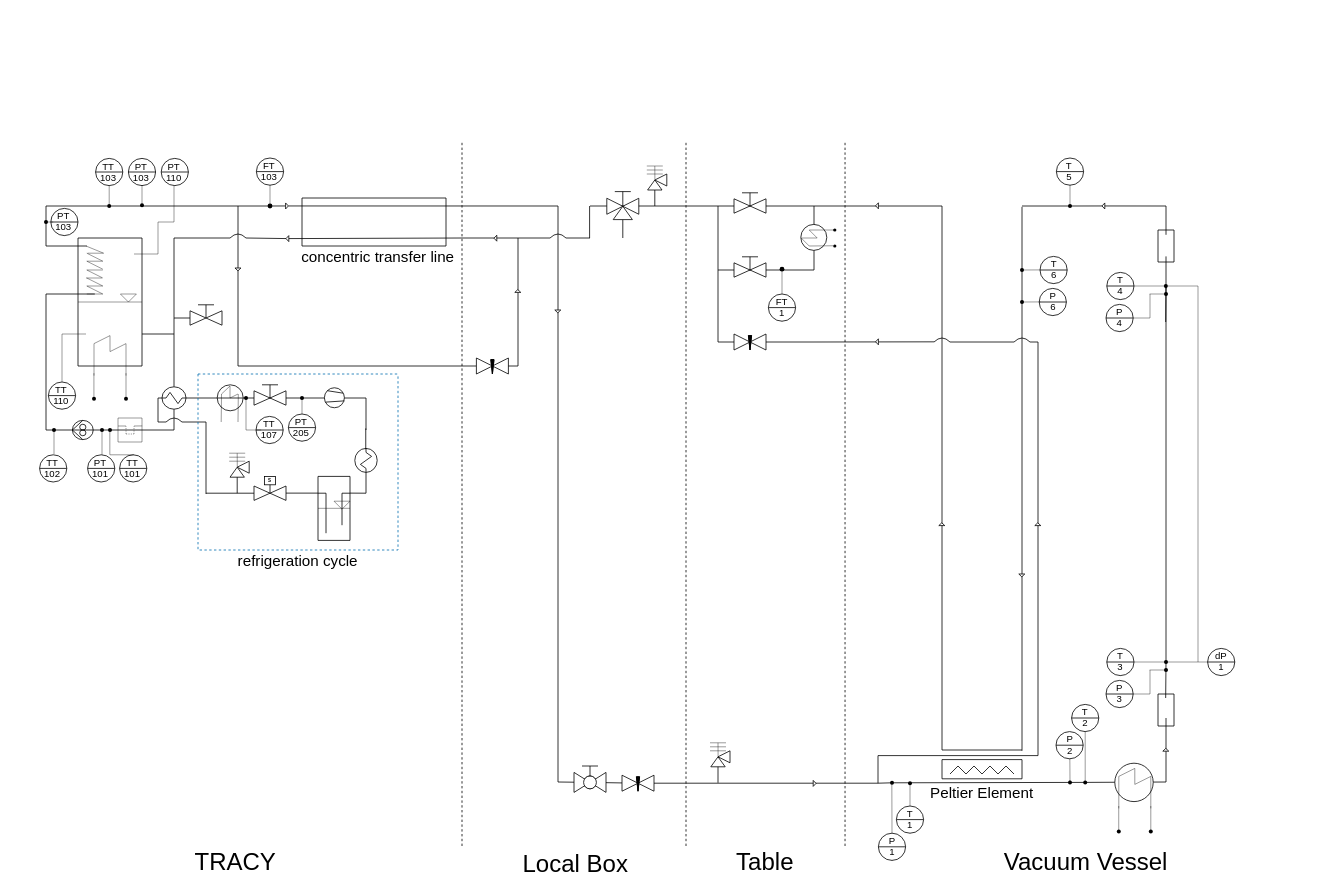
PK-4EDU/PID keeps this draw.io diagram as MIRA.drawio. Above is the earlier version. Source tidied: cells renumbered, new cells numbered last; positions are measured from the earlier drawing's top-left corner, leaving out a move shared by most shapes. Both pictures are drawn from the tidied source at 80%, with x=0, y=0 at pixel (14, 14).
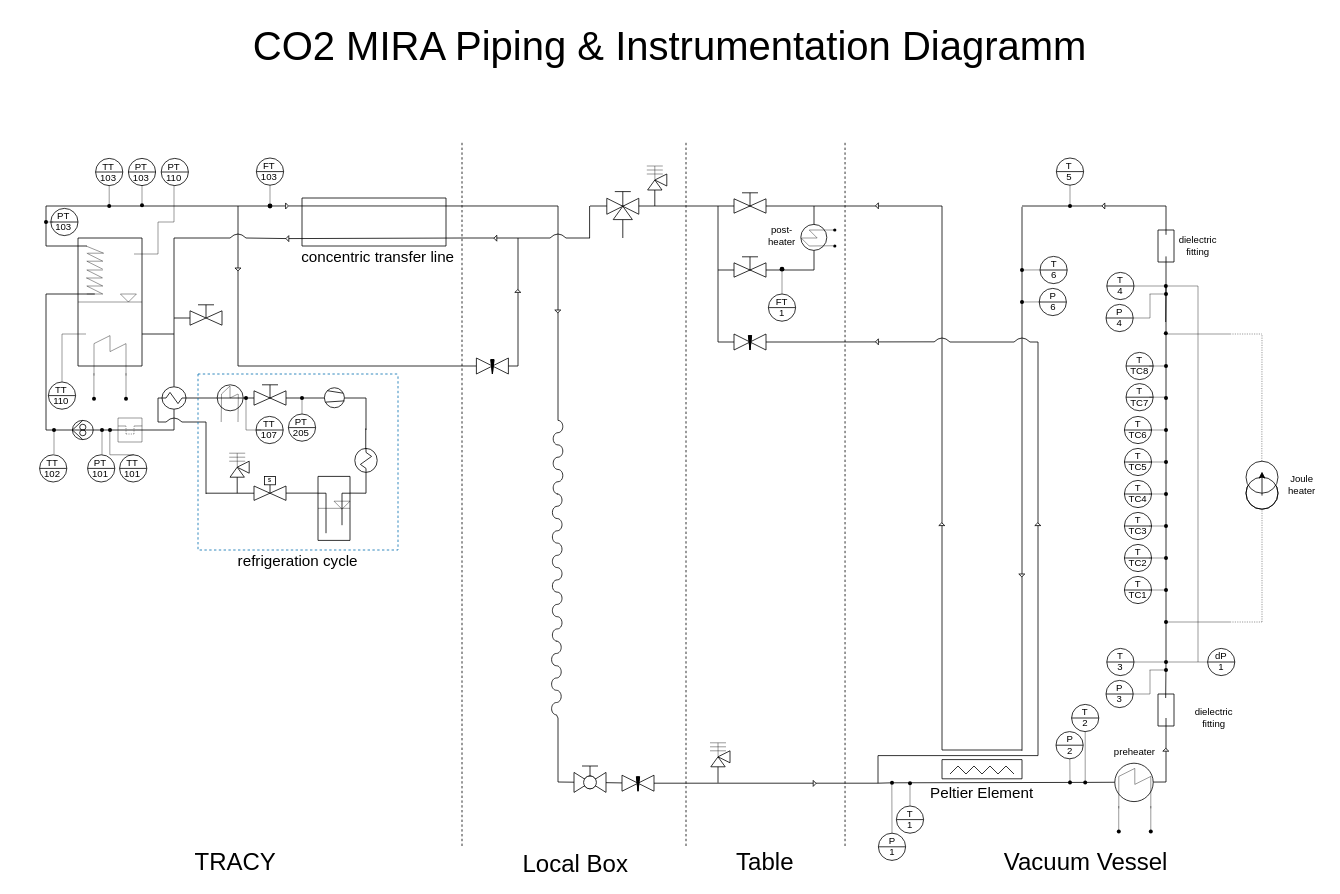
After the change.

What changed in the source:
```diff
@@
-    <mxCell id="277" style="endArrow=none;html=1;rounded=0;" parent="1" edge="1">
+    <mxCell id="277" style="endArrow=none;html=1;rounded=0;" parent="1" edge="1" source="361">
       <mxGeometry relative="1" as="geometry">
-        <mxPoint x="1440" y="810" as="sourcePoint" />
         <mxPoint x="1440" y="340" as="targetPoint" />
       </mxGeometry>
     </mxCell>
@@
     <mxCell id="291" style="endArrow=none;html=1;rounded=0;" parent="1" edge="1">
       <mxGeometry relative="1" as="geometry">
-        <mxPoint x="680" y="960" as="sourcePoint" />
+        <mxPoint x="680" y="508" as="sourcePoint" />
         <mxPoint x="680" y="240" as="targetPoint" />
       </mxGeometry>
     </mxCell>
@@
+    <mxCell id="360" style="endArrow=none;html=1;rounded=0;" parent="1" edge="1" target="361">
+      <mxGeometry relative="1" as="geometry">
+        <mxPoint x="1440" y="810" as="sourcePoint" />
+      </mxGeometry>
+    </mxCell>
+    <mxCell id="361" style="shape=waypoint;sketch=0;fillStyle=solid;size=6;points=[];fillColor=none;perimeter=centerPerimeter;snapToPoint=1;strokeWidth=0.5;" parent="1" vertex="1">
+      <mxGeometry x="1430" y="750" width="20" height="20" as="geometry" />
+    </mxCell>
+    <mxCell id="362" style="shape=waypoint;sketch=0;fillStyle=solid;size=6;fillColor=none;perimeter=centerPerimeter;strokeWidth=0.5;" parent="1" vertex="1">
+      <mxGeometry x="1429.8" y="389" width="20" height="20" as="geometry" />
+    </mxCell>
+    <mxCell id="363" style="endArrow=none;html=1;rounded=0;exitX=0.761;exitY=0.517;exitDx=0;exitDy=0;exitPerimeter=0;strokeWidth=0.5;" parent="1" edge="1" source="361">
+      <mxGeometry relative="1" as="geometry">
+        <mxPoint x="1520" y="760" as="targetPoint" />
+      </mxGeometry>
+    </mxCell>
+    <mxCell id="364" style="endArrow=none;html=1;rounded=0;exitX=0.761;exitY=0.517;exitDx=0;exitDy=0;exitPerimeter=0;strokeWidth=0.5;" parent="1" edge="1">
+      <mxGeometry relative="1" as="geometry">
+        <mxPoint x="1441.5" y="400" as="sourcePoint" />
+        <mxPoint x="1521.5" y="400" as="targetPoint" />
+      </mxGeometry>
+    </mxCell>
+    <mxCell id="365" style="endArrow=none;dashed=1;html=1;rounded=0;strokeWidth=0.5;" parent="1" edge="1">
+      <mxGeometry relative="1" as="geometry">
+        <mxPoint x="1520" y="760" as="sourcePoint" />
+        <mxPoint x="1560" y="760" as="targetPoint" />
+      </mxGeometry>
+    </mxCell>
+    <mxCell id="366" style="endArrow=none;dashed=1;html=1;rounded=0;strokeWidth=0.5;" parent="1" edge="1">
+      <mxGeometry relative="1" as="geometry">
+        <mxPoint x="1523" y="400" as="sourcePoint" />
+        <mxPoint x="1560" y="400" as="targetPoint" />
+      </mxGeometry>
+    </mxCell>
+    <mxCell id="367" style="verticalLabelPosition=bottom;align=center;dashed=0;html=1;verticalAlign=top;shape=mxgraph.pid.fittings.hose;rotation=90;" parent="1" vertex="1">
+      <mxGeometry x="633" y="640" width="92" height="12" as="geometry" />
+    </mxCell>
+    <mxCell id="368" style="verticalLabelPosition=bottom;align=center;dashed=0;html=1;verticalAlign=top;shape=mxgraph.pid.fittings.hose;rotation=90;" parent="1" vertex="1">
+      <mxGeometry x="633" y="732" width="92" height="12" as="geometry" />
+    </mxCell>
+    <mxCell id="369" style="verticalLabelPosition=bottom;align=center;dashed=0;html=1;verticalAlign=top;shape=mxgraph.pid.fittings.hose;rotation=90;" parent="1" vertex="1">
+      <mxGeometry x="632" y="824" width="92" height="12" as="geometry" />
+    </mxCell>
+    <mxCell id="370" style="verticalLabelPosition=bottom;align=center;dashed=0;html=1;verticalAlign=top;shape=mxgraph.pid.fittings.hose;rotation=90;" parent="1" vertex="1">
+      <mxGeometry x="634" y="548" width="92" height="12" as="geometry" />
+    </mxCell>
+    <mxCell id="371" style="endArrow=none;html=1;rounded=0;" parent="1" edge="1">
+      <mxGeometry relative="1" as="geometry">
+        <mxPoint x="680" y="880" as="sourcePoint" />
+        <mxPoint x="680" y="960" as="targetPoint" />
+      </mxGeometry>
+    </mxCell>
+    <mxCell id="372" style="endArrow=none;html=1;rounded=0;exitX=1;exitY=0.5;exitDx=0;exitDy=0;exitPerimeter=0;" parent="1" edge="1" source="369">
+      <mxGeometry relative="1" as="geometry">
+        <mxPoint x="680" y="880" as="targetPoint" />
+      </mxGeometry>
+    </mxCell>
+    <mxCell id="373" style="verticalLabelPosition=bottom;shadow=0;dashed=0;align=center;html=1;verticalAlign=top;shape=mxgraph.electrical.signal_sources.current_source;" parent="1" vertex="1">
+      <mxGeometry x="1540" y="559" width="40" height="60" as="geometry" />
+    </mxCell>
+    <mxCell id="374" style="endArrow=none;dashed=1;html=1;rounded=0;entryX=0.5;entryY=1;entryDx=0;entryDy=0;entryPerimeter=0;strokeWidth=0.5;" parent="1" edge="1" target="373">
+      <mxGeometry relative="1" as="geometry">
+        <mxPoint x="1560" y="760" as="sourcePoint" />
+      </mxGeometry>
+    </mxCell>
+    <mxCell id="375" style="endArrow=none;dashed=1;html=1;rounded=0;strokeWidth=0.5;" parent="1" edge="1">
+      <mxGeometry relative="1" as="geometry">
+        <mxPoint x="1559.8" y="559" as="sourcePoint" />
+        <mxPoint x="1560" y="400" as="targetPoint" />
+      </mxGeometry>
+    </mxCell>
+    <mxCell id="376" style="endArrow=classic;html=1;rounded=0;" parent="1" edge="1">
+      <mxGeometry relative="1" as="geometry">
+        <mxPoint x="1560" y="602" as="sourcePoint" />
+        <mxPoint x="1560" y="572" as="targetPoint" />
+      </mxGeometry>
+    </mxCell>
+    <mxCell id="377" value="&lt;table cellpadding=&quot;0&quot; cellspacing=&quot;0&quot; style=&quot;font-size:1em;width:100%;height:100%;&quot;&gt;&lt;tbody&gt;&lt;tr&gt;&lt;td align=&quot;center&quot; height=&quot;25&quot;&gt;&lt;br&gt;&lt;/td&gt;&lt;/tr&gt;&lt;tr&gt;&lt;td align=&quot;center&quot; height=&quot;25&quot;&gt;&lt;br&gt;&lt;/td&gt;&lt;/tr&gt;&lt;tr&gt;&lt;td align=&quot;center&quot; valign=&quot;bottom&quot;&gt;&lt;/td&gt;&lt;/tr&gt;&lt;/tbody&gt;&lt;/table&gt;" style="html=1;align=center;dashed=0;shape=mxgraph.pid2inst.indicator;mounting=room;overflow=fill;indType=inst;" parent="1" vertex="1">
+      <mxGeometry x="1390" y="423" width="34" height="30" as="geometry" />
+    </mxCell>
+    <mxCell id="378" value="T" style="text;strokeColor=none;align=center;fillColor=none;html=1;verticalAlign=middle;whiteSpace=wrap;rounded=0;" parent="1" vertex="1">
+      <mxGeometry x="1392" y="423" width="30" height="20" as="geometry" />
+    </mxCell>
+    <mxCell id="379" value="TC8" style="text;strokeColor=none;align=center;fillColor=none;html=1;verticalAlign=middle;whiteSpace=wrap;rounded=0;" parent="1" vertex="1">
+      <mxGeometry x="1392" y="437" width="30" height="20" as="geometry" />
+    </mxCell>
+    <mxCell id="380" value="&lt;table cellpadding=&quot;0&quot; cellspacing=&quot;0&quot; style=&quot;font-size:1em;width:100%;height:100%;&quot;&gt;&lt;tbody&gt;&lt;tr&gt;&lt;td align=&quot;center&quot; height=&quot;25&quot;&gt;&lt;br&gt;&lt;/td&gt;&lt;/tr&gt;&lt;tr&gt;&lt;td align=&quot;center&quot; height=&quot;25&quot;&gt;&lt;br&gt;&lt;/td&gt;&lt;/tr&gt;&lt;tr&gt;&lt;td align=&quot;center&quot; valign=&quot;bottom&quot;&gt;&lt;/td&gt;&lt;/tr&gt;&lt;/tbody&gt;&lt;/table&gt;" style="html=1;align=center;dashed=0;shape=mxgraph.pid2inst.indicator;mounting=room;overflow=fill;indType=inst;" parent="1" vertex="1">
+      <mxGeometry x="1390" y="462" width="34" height="30" as="geometry" />
+    </mxCell>
+    <mxCell id="381" value="T" style="text;strokeColor=none;align=center;fillColor=none;html=1;verticalAlign=middle;whiteSpace=wrap;rounded=0;" parent="1" vertex="1">
+      <mxGeometry x="1392" y="462" width="30" height="20" as="geometry" />
+    </mxCell>
+    <mxCell id="382" value="TC7" style="text;strokeColor=none;align=center;fillColor=none;html=1;verticalAlign=middle;whiteSpace=wrap;rounded=0;" parent="1" vertex="1">
+      <mxGeometry x="1392" y="476" width="30" height="20" as="geometry" />
+    </mxCell>
+    <mxCell id="383" value="&lt;table cellpadding=&quot;0&quot; cellspacing=&quot;0&quot; style=&quot;font-size:1em;width:100%;height:100%;&quot;&gt;&lt;tbody&gt;&lt;tr&gt;&lt;td align=&quot;center&quot; height=&quot;25&quot;&gt;&lt;br&gt;&lt;/td&gt;&lt;/tr&gt;&lt;tr&gt;&lt;td align=&quot;center&quot; height=&quot;25&quot;&gt;&lt;br&gt;&lt;/td&gt;&lt;/tr&gt;&lt;tr&gt;&lt;td align=&quot;center&quot; valign=&quot;bottom&quot;&gt;&lt;/td&gt;&lt;/tr&gt;&lt;/tbody&gt;&lt;/table&gt;" style="html=1;align=center;dashed=0;shape=mxgraph.pid2inst.indicator;mounting=room;overflow=fill;indType=inst;" parent="1" vertex="1">
+      <mxGeometry x="1388" y="503" width="34" height="30" as="geometry" />
+    </mxCell>
+    <mxCell id="384" value="T" style="text;strokeColor=none;align=center;fillColor=none;html=1;verticalAlign=middle;whiteSpace=wrap;rounded=0;" parent="1" vertex="1">
+      <mxGeometry x="1390" y="503" width="30" height="20" as="geometry" />
+    </mxCell>
+    <mxCell id="385" value="TC6" style="text;strokeColor=none;align=center;fillColor=none;html=1;verticalAlign=middle;whiteSpace=wrap;rounded=0;" parent="1" vertex="1">
+      <mxGeometry x="1390" y="517" width="30" height="20" as="geometry" />
+    </mxCell>
+    <mxCell id="386" value="&lt;table cellpadding=&quot;0&quot; cellspacing=&quot;0&quot; style=&quot;font-size:1em;width:100%;height:100%;&quot;&gt;&lt;tbody&gt;&lt;tr&gt;&lt;td align=&quot;center&quot; height=&quot;25&quot;&gt;&lt;br&gt;&lt;/td&gt;&lt;/tr&gt;&lt;tr&gt;&lt;td align=&quot;center&quot; height=&quot;25&quot;&gt;&lt;br&gt;&lt;/td&gt;&lt;/tr&gt;&lt;tr&gt;&lt;td align=&quot;center&quot; valign=&quot;bottom&quot;&gt;&lt;/td&gt;&lt;/tr&gt;&lt;/tbody&gt;&lt;/table&gt;" style="html=1;align=center;dashed=0;shape=mxgraph.pid2inst.indicator;mounting=room;overflow=fill;indType=inst;" parent="1" vertex="1">
+      <mxGeometry x="1388" y="543" width="34" height="30" as="geometry" />
+    </mxCell>
+    <mxCell id="387" value="T" style="text;strokeColor=none;align=center;fillColor=none;html=1;verticalAlign=middle;whiteSpace=wrap;rounded=0;" parent="1" vertex="1">
+      <mxGeometry x="1390" y="543" width="30" height="20" as="geometry" />
+    </mxCell>
+    <mxCell id="388" value="TC5" style="text;strokeColor=none;align=center;fillColor=none;html=1;verticalAlign=middle;whiteSpace=wrap;rounded=0;" parent="1" vertex="1">
+      <mxGeometry x="1390" y="557" width="30" height="20" as="geometry" />
+    </mxCell>
+    <mxCell id="389" value="&lt;table cellpadding=&quot;0&quot; cellspacing=&quot;0&quot; style=&quot;font-size:1em;width:100%;height:100%;&quot;&gt;&lt;tbody&gt;&lt;tr&gt;&lt;td align=&quot;center&quot; height=&quot;25&quot;&gt;&lt;br&gt;&lt;/td&gt;&lt;/tr&gt;&lt;tr&gt;&lt;td align=&quot;center&quot; height=&quot;25&quot;&gt;&lt;br&gt;&lt;/td&gt;&lt;/tr&gt;&lt;tr&gt;&lt;td align=&quot;center&quot; valign=&quot;bottom&quot;&gt;&lt;/td&gt;&lt;/tr&gt;&lt;/tbody&gt;&lt;/table&gt;" style="html=1;align=center;dashed=0;shape=mxgraph.pid2inst.indicator;mounting=room;overflow=fill;indType=inst;" parent="1" vertex="1">
+      <mxGeometry x="1388" y="583" width="34" height="30" as="geometry" />
+    </mxCell>
+    <mxCell id="390" value="T" style="text;strokeColor=none;align=center;fillColor=none;html=1;verticalAlign=middle;whiteSpace=wrap;rounded=0;" parent="1" vertex="1">
+      <mxGeometry x="1390" y="583" width="30" height="20" as="geometry" />
+    </mxCell>
+    <mxCell id="391" value="TC4" style="text;strokeColor=none;align=center;fillColor=none;html=1;verticalAlign=middle;whiteSpace=wrap;rounded=0;" parent="1" vertex="1">
+      <mxGeometry x="1390" y="596" width="30" height="20" as="geometry" />
+    </mxCell>
+    <mxCell id="392" value="&lt;table cellpadding=&quot;0&quot; cellspacing=&quot;0&quot; style=&quot;font-size:1em;width:100%;height:100%;&quot;&gt;&lt;tbody&gt;&lt;tr&gt;&lt;td align=&quot;center&quot; height=&quot;25&quot;&gt;&lt;br&gt;&lt;/td&gt;&lt;/tr&gt;&lt;tr&gt;&lt;td align=&quot;center&quot; height=&quot;25&quot;&gt;&lt;br&gt;&lt;/td&gt;&lt;/tr&gt;&lt;tr&gt;&lt;td align=&quot;center&quot; valign=&quot;bottom&quot;&gt;&lt;/td&gt;&lt;/tr&gt;&lt;/tbody&gt;&lt;/table&gt;" style="html=1;align=center;dashed=0;shape=mxgraph.pid2inst.indicator;mounting=room;overflow=fill;indType=inst;" parent="1" vertex="1">
+      <mxGeometry x="1388" y="623" width="34" height="30" as="geometry" />
+    </mxCell>
+    <mxCell id="393" value="T" style="text;strokeColor=none;align=center;fillColor=none;html=1;verticalAlign=middle;whiteSpace=wrap;rounded=0;" parent="1" vertex="1">
+      <mxGeometry x="1390" y="623" width="30" height="20" as="geometry" />
+    </mxCell>
+    <mxCell id="394" value="TC3" style="text;strokeColor=none;align=center;fillColor=none;html=1;verticalAlign=middle;whiteSpace=wrap;rounded=0;" parent="1" vertex="1">
+      <mxGeometry x="1390" y="637" width="30" height="20" as="geometry" />
+    </mxCell>
+    <mxCell id="395" value="&lt;table cellpadding=&quot;0&quot; cellspacing=&quot;0&quot; style=&quot;font-size:1em;width:100%;height:100%;&quot;&gt;&lt;tbody&gt;&lt;tr&gt;&lt;td align=&quot;center&quot; height=&quot;25&quot;&gt;&lt;br&gt;&lt;/td&gt;&lt;/tr&gt;&lt;tr&gt;&lt;td align=&quot;center&quot; height=&quot;25&quot;&gt;&lt;br&gt;&lt;/td&gt;&lt;/tr&gt;&lt;tr&gt;&lt;td align=&quot;center&quot; valign=&quot;bottom&quot;&gt;&lt;/td&gt;&lt;/tr&gt;&lt;/tbody&gt;&lt;/table&gt;" style="html=1;align=center;dashed=0;shape=mxgraph.pid2inst.indicator;mounting=room;overflow=fill;indType=inst;" parent="1" vertex="1">
+      <mxGeometry x="1388" y="663" width="34" height="30" as="geometry" />
+    </mxCell>
+    <mxCell id="396" value="T" style="text;strokeColor=none;align=center;fillColor=none;html=1;verticalAlign=middle;whiteSpace=wrap;rounded=0;" parent="1" vertex="1">
+      <mxGeometry x="1390" y="663" width="30" height="20" as="geometry" />
+    </mxCell>
+    <mxCell id="397" value="TC2" style="text;strokeColor=none;align=center;fillColor=none;html=1;verticalAlign=middle;whiteSpace=wrap;rounded=0;" parent="1" vertex="1">
+      <mxGeometry x="1390" y="677" width="30" height="20" as="geometry" />
+    </mxCell>
+    <mxCell id="398" value="&lt;table cellpadding=&quot;0&quot; cellspacing=&quot;0&quot; style=&quot;font-size:1em;width:100%;height:100%;&quot;&gt;&lt;tbody&gt;&lt;tr&gt;&lt;td align=&quot;center&quot; height=&quot;25&quot;&gt;&lt;br&gt;&lt;/td&gt;&lt;/tr&gt;&lt;tr&gt;&lt;td align=&quot;center&quot; height=&quot;25&quot;&gt;&lt;br&gt;&lt;/td&gt;&lt;/tr&gt;&lt;tr&gt;&lt;td align=&quot;center&quot; valign=&quot;bottom&quot;&gt;&lt;/td&gt;&lt;/tr&gt;&lt;/tbody&gt;&lt;/table&gt;" style="html=1;align=center;dashed=0;shape=mxgraph.pid2inst.indicator;mounting=room;overflow=fill;indType=inst;" parent="1" vertex="1">
+      <mxGeometry x="1388" y="703" width="34" height="30" as="geometry" />
+    </mxCell>
+    <mxCell id="399" value="T" style="text;strokeColor=none;align=center;fillColor=none;html=1;verticalAlign=middle;whiteSpace=wrap;rounded=0;" parent="1" vertex="1">
+      <mxGeometry x="1390" y="703" width="30" height="20" as="geometry" />
+    </mxCell>
+    <mxCell id="400" value="TC1" style="text;strokeColor=none;align=center;fillColor=none;html=1;verticalAlign=middle;whiteSpace=wrap;rounded=0;" parent="1" vertex="1">
+      <mxGeometry x="1390" y="717" width="30" height="20" as="geometry" />
+    </mxCell>
+    <mxCell id="401" style="endArrow=none;html=1;rounded=0;strokeWidth=0.5;" parent="1" edge="1">
+      <mxGeometry relative="1" as="geometry">
+        <mxPoint x="1440" y="440" as="sourcePoint" />
+        <mxPoint x="1419" y="440" as="targetPoint" />
+      </mxGeometry>
+    </mxCell>
+    <mxCell id="402" style="endArrow=none;html=1;rounded=0;strokeWidth=0.5;" parent="1" edge="1">
+      <mxGeometry relative="1" as="geometry">
+        <mxPoint x="1440" y="479" as="sourcePoint" />
+        <mxPoint x="1419" y="479" as="targetPoint" />
+      </mxGeometry>
+    </mxCell>
+    <mxCell id="403" style="endArrow=none;html=1;rounded=0;strokeWidth=0.5;" parent="1" edge="1">
+      <mxGeometry relative="1" as="geometry">
+        <mxPoint x="1440" y="520" as="sourcePoint" />
+        <mxPoint x="1419" y="520" as="targetPoint" />
+      </mxGeometry>
+    </mxCell>
+    <mxCell id="404" style="endArrow=none;html=1;rounded=0;strokeWidth=0.5;" parent="1" edge="1">
+      <mxGeometry relative="1" as="geometry">
+        <mxPoint x="1440" y="560" as="sourcePoint" />
+        <mxPoint x="1419" y="560" as="targetPoint" />
+      </mxGeometry>
+    </mxCell>
+    <mxCell id="405" style="endArrow=none;html=1;rounded=0;strokeWidth=0.5;" parent="1" edge="1">
+      <mxGeometry relative="1" as="geometry">
+        <mxPoint x="1440" y="600" as="sourcePoint" />
+        <mxPoint x="1419" y="600" as="targetPoint" />
+      </mxGeometry>
+    </mxCell>
+    <mxCell id="406" style="endArrow=none;html=1;rounded=0;strokeWidth=0.5;" parent="1" edge="1">
+      <mxGeometry relative="1" as="geometry">
+        <mxPoint x="1440" y="640" as="sourcePoint" />
+        <mxPoint x="1419" y="640" as="targetPoint" />
+      </mxGeometry>
+    </mxCell>
+    <mxCell id="407" style="endArrow=none;html=1;rounded=0;strokeWidth=0.5;" parent="1" edge="1">
+      <mxGeometry relative="1" as="geometry">
+        <mxPoint x="1440" y="680" as="sourcePoint" />
+        <mxPoint x="1419" y="680" as="targetPoint" />
+      </mxGeometry>
+    </mxCell>
+    <mxCell id="408" style="endArrow=none;html=1;rounded=0;strokeWidth=0.5;" parent="1" edge="1">
+      <mxGeometry relative="1" as="geometry">
+        <mxPoint x="1440" y="720" as="sourcePoint" />
+        <mxPoint x="1419" y="720" as="targetPoint" />
+      </mxGeometry>
+    </mxCell>
+    <mxCell id="409" style="shape=waypoint;sketch=0;fillStyle=solid;size=6;fillColor=none;perimeter=centerPerimeter;strokeWidth=0.5;" parent="1" vertex="1">
+      <mxGeometry x="1430" y="710" width="20" height="20" as="geometry" />
+    </mxCell>
+    <mxCell id="410" style="shape=waypoint;sketch=0;fillStyle=solid;size=6;fillColor=none;perimeter=centerPerimeter;strokeWidth=0.5;" parent="1" vertex="1">
+      <mxGeometry x="1430" y="670" width="20" height="20" as="geometry" />
+    </mxCell>
+    <mxCell id="411" style="shape=waypoint;sketch=0;fillStyle=solid;size=6;fillColor=none;perimeter=centerPerimeter;strokeWidth=0.5;" parent="1" vertex="1">
+      <mxGeometry x="1430" y="630" width="20" height="20" as="geometry" />
+    </mxCell>
+    <mxCell id="412" style="shape=waypoint;sketch=0;fillStyle=solid;size=6;fillColor=none;perimeter=centerPerimeter;strokeWidth=0.5;" parent="1" vertex="1">
+      <mxGeometry x="1430" y="590" width="20" height="20" as="geometry" />
+    </mxCell>
+    <mxCell id="413" style="shape=waypoint;sketch=0;fillStyle=solid;size=6;fillColor=none;perimeter=centerPerimeter;strokeWidth=0.5;" parent="1" vertex="1">
+      <mxGeometry x="1430" y="550" width="20" height="20" as="geometry" />
+    </mxCell>
+    <mxCell id="414" style="shape=waypoint;sketch=0;fillStyle=solid;size=6;fillColor=none;perimeter=centerPerimeter;strokeWidth=0.5;" parent="1" vertex="1">
+      <mxGeometry x="1430" y="510" width="20" height="20" as="geometry" />
+    </mxCell>
+    <mxCell id="415" style="shape=waypoint;sketch=0;fillStyle=solid;size=6;fillColor=none;perimeter=centerPerimeter;strokeWidth=0.5;" parent="1" vertex="1">
+      <mxGeometry x="1430" y="470" width="20" height="20" as="geometry" />
+    </mxCell>
+    <mxCell id="416" style="shape=waypoint;sketch=0;fillStyle=solid;size=6;fillColor=none;perimeter=centerPerimeter;strokeWidth=0.5;" parent="1" vertex="1">
+      <mxGeometry x="1430" y="430" width="20" height="20" as="geometry" />
+    </mxCell>
+    <mxCell id="417" value="&lt;div&gt;Joule &lt;br&gt;&lt;/div&gt;&lt;div&gt;heater&lt;br&gt;&lt;/div&gt;" style="text;strokeColor=none;align=center;fillColor=none;html=1;verticalAlign=middle;whiteSpace=wrap;rounded=0;" parent="1" vertex="1">
+      <mxGeometry x="1580" y="568" width="60" height="40" as="geometry" />
+    </mxCell>
+    <mxCell id="418" value="dielectric fitting" style="text;strokeColor=none;align=center;fillColor=none;html=1;verticalAlign=middle;whiteSpace=wrap;rounded=0;" parent="1" vertex="1">
+      <mxGeometry x="1449.8" y="270" width="60" height="40" as="geometry" />
+    </mxCell>
+    <mxCell id="419" value="preheater" style="text;strokeColor=none;align=center;fillColor=none;html=1;verticalAlign=middle;whiteSpace=wrap;rounded=0;" parent="1" vertex="1">
+      <mxGeometry x="1371" y="903" width="60" height="40" as="geometry" />
+    </mxCell>
+    <mxCell id="420" value="&lt;div&gt;post-&lt;/div&gt;&lt;div&gt;heater&lt;br&gt;&lt;/div&gt;" style="text;strokeColor=none;align=center;fillColor=none;html=1;verticalAlign=middle;whiteSpace=wrap;rounded=0;" parent="1" vertex="1">
+      <mxGeometry x="930" y="257" width="60" height="40" as="geometry" />
+    </mxCell>
+    <mxCell id="421" value="dielectric fitting" style="text;strokeColor=none;align=center;fillColor=none;html=1;verticalAlign=middle;whiteSpace=wrap;rounded=0;" parent="1" vertex="1">
+      <mxGeometry x="1470" y="860" width="60" height="40" as="geometry" />
+    </mxCell>
+    <mxCell id="422" value="&lt;font style=&quot;font-size: 50px;&quot;&gt;CO2 MIRA Piping &amp;amp; Instrumentation Diagramm&lt;/font&gt;" style="text;strokeColor=none;align=center;fillColor=none;html=1;verticalAlign=middle;whiteSpace=wrap;rounded=0;" parent="1" vertex="1">
+      <mxGeometry x="240" width="1160" height="80" as="geometry" />
+    </mxCell>
```
